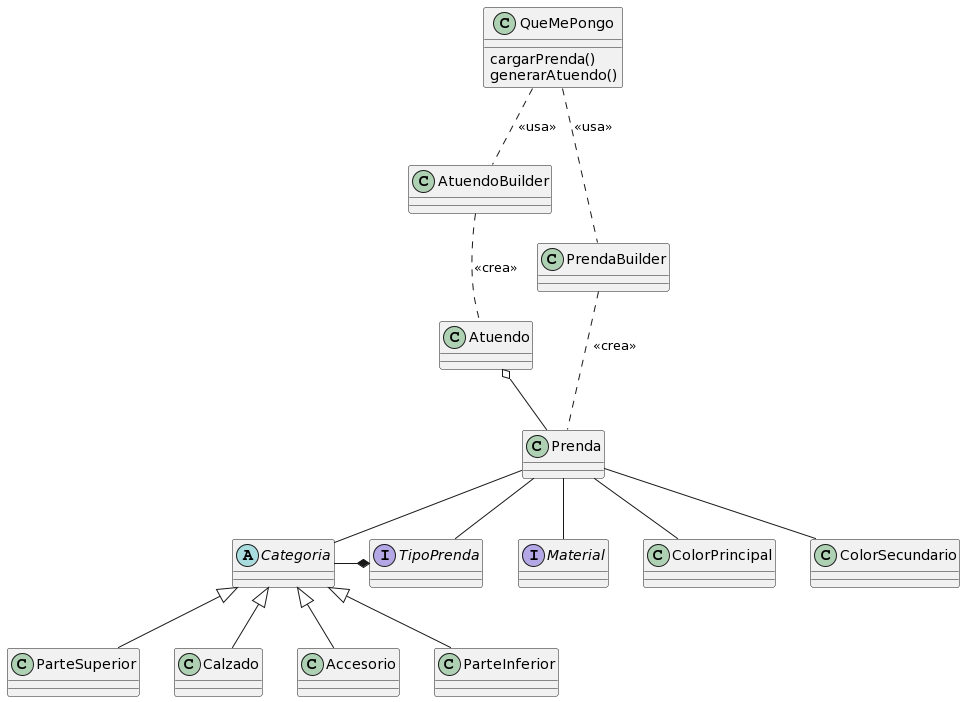
The PlantUML diagram QueMePongo.png in matiastito/DdS-QueMePongo, before a commit.
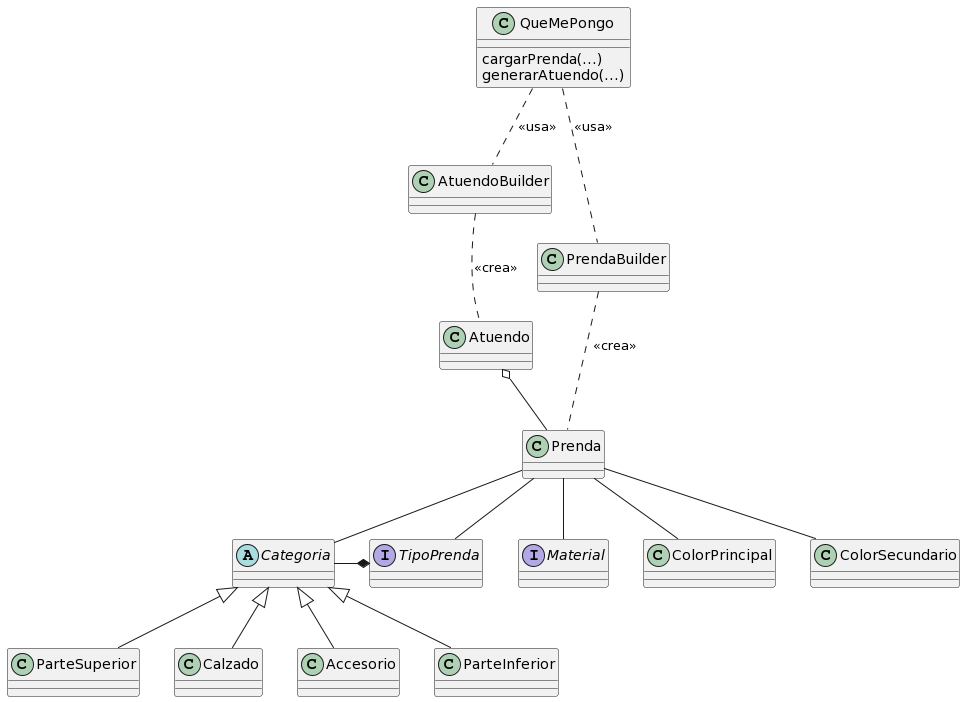
Later version of the same file.

What changed in the source:
```diff
@@ -8,8 +8,8 @@
 class PrendaBuilder
 
 class QueMePongo {
-  cargarPrenda()
-  generarAtuendo()
+  cargarPrenda(...)
+  generarAtuendo(...)
 }
 
 QueMePongo .. PrendaBuilder: <<usa>>
```
